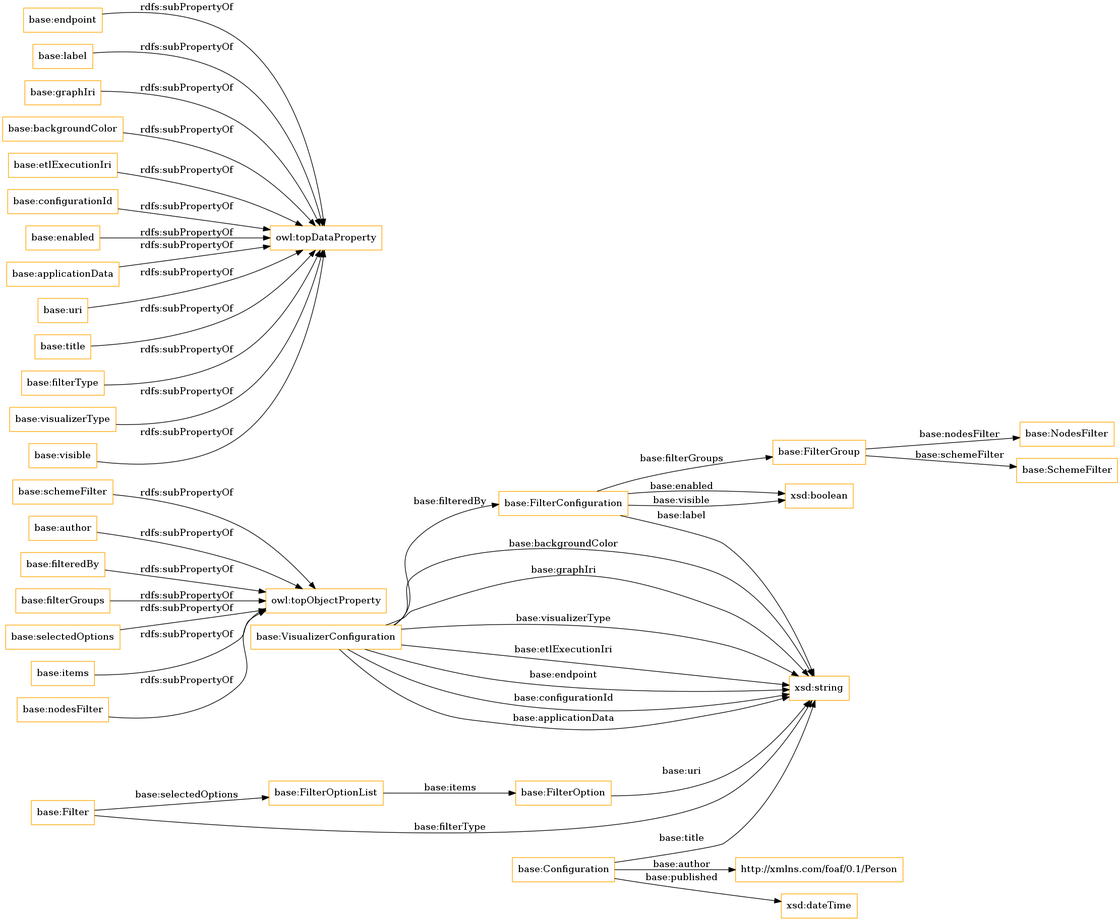
This is OnToology/lpapps.owl/diagrams/ar2dtool-class/lpapps.owl.png from OnToologyUser/linkedpipes_applications_ontology, a Graphviz export, as it was before one commit. Its source is kept beside it as OnToology/lpapps.owl/diagrams/ar2dtool-class/lpapps.owl.png.dot.
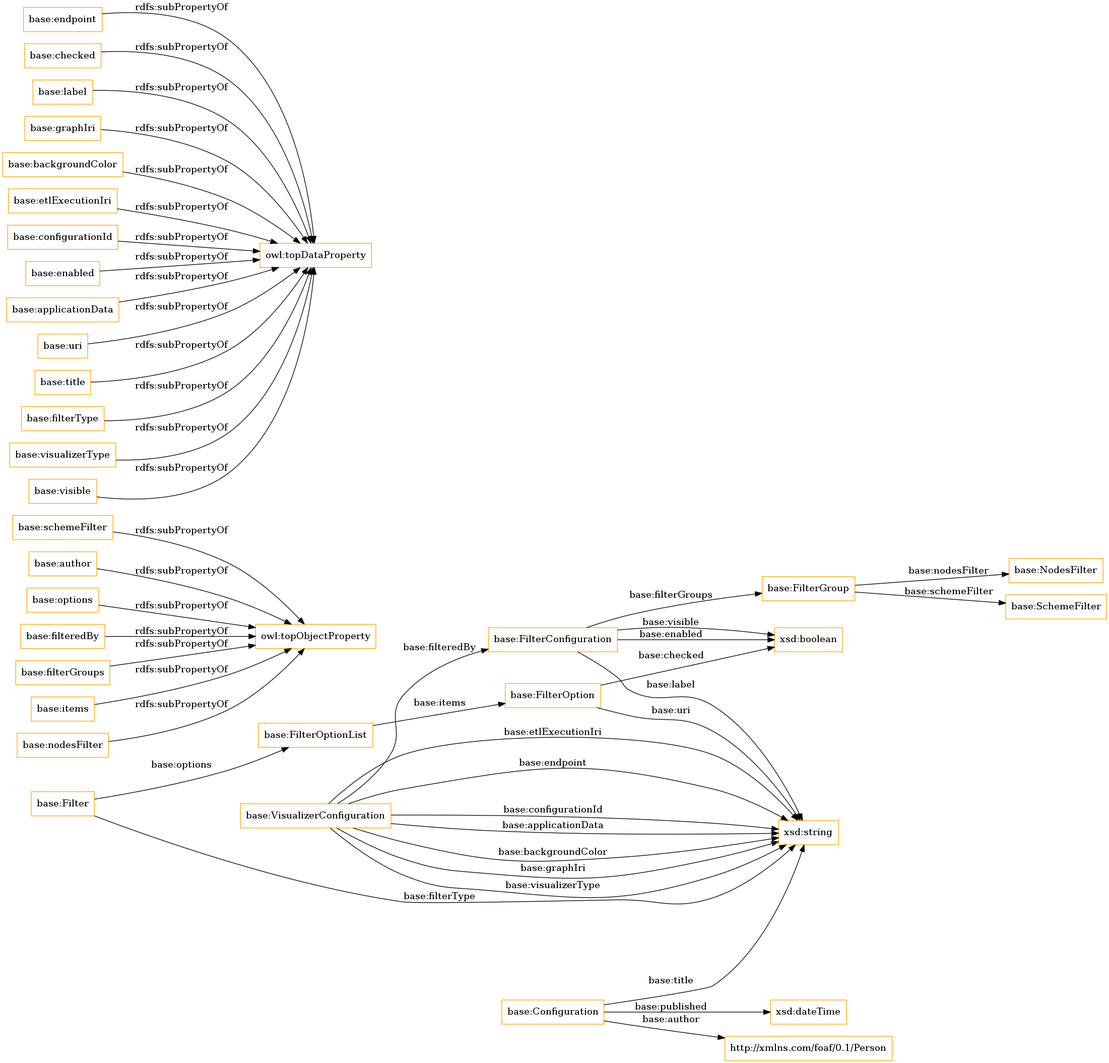
After the commit.

Change to the diagram source:
```diff
@@ -5,11 +5,12 @@
 	"base:schemeFilter" -> "owl:topObjectProperty" [ label = "rdfs:subPropertyOf" ];
 	"base:author" -> "owl:topObjectProperty" [ label = "rdfs:subPropertyOf" ];
 	"base:endpoint" -> "owl:topDataProperty" [ label = "rdfs:subPropertyOf" ];
+	"base:checked" -> "owl:topDataProperty" [ label = "rdfs:subPropertyOf" ];
 	"base:label" -> "owl:topDataProperty" [ label = "rdfs:subPropertyOf" ];
 	"base:graphIri" -> "owl:topDataProperty" [ label = "rdfs:subPropertyOf" ];
+	"base:options" -> "owl:topObjectProperty" [ label = "rdfs:subPropertyOf" ];
 	"base:filteredBy" -> "owl:topObjectProperty" [ label = "rdfs:subPropertyOf" ];
 	"base:filterGroups" -> "owl:topObjectProperty" [ label = "rdfs:subPropertyOf" ];
-	"base:selectedOptions" -> "owl:topObjectProperty" [ label = "rdfs:subPropertyOf" ];
 	"base:backgroundColor" -> "owl:topDataProperty" [ label = "rdfs:subPropertyOf" ];
 	"base:etlExecutionIri" -> "owl:topDataProperty" [ label = "rdfs:subPropertyOf" ];
 	"base:items" -> "owl:topObjectProperty" [ label = "rdfs:subPropertyOf" ];
@@ -38,9 +39,10 @@
 	"base:VisualizerConfiguration" -> "xsd:string" [ label = "base:endpoint" ];
 	"base:Filter" -> "xsd:string" [ label = "base:filterType" ];
 	"base:VisualizerConfiguration" -> "xsd:string" [ label = "base:configurationId" ];
-	"base:Filter" -> "base:FilterOptionList" [ label = "base:selectedOptions" ];
 	"base:VisualizerConfiguration" -> "xsd:string" [ label = "base:applicationData" ];
 	"base:Configuration" -> "http://xmlns.com/foaf/0.1/Person" [ label = "base:author" ];
+	"base:Filter" -> "base:FilterOptionList" [ label = "base:options" ];
+	"base:FilterOption" -> "xsd:boolean" [ label = "base:checked" ];
 	"base:FilterConfiguration" -> "xsd:boolean" [ label = "base:visible" ];
 	"base:Configuration" -> "xsd:dateTime" [ label = "base:published" ];
 
```
